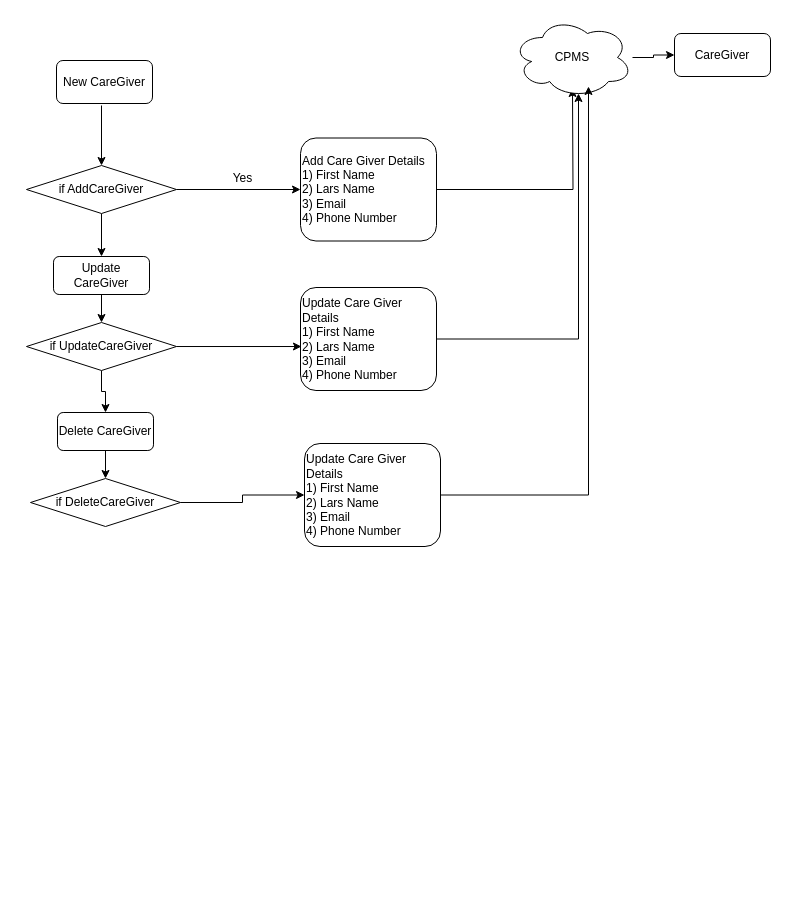
Before: page "Page-7" (7 of 7) of MyKnowledgeBoard.drawio in smkcoder/BuildingConversationalExp, a draw.io diagram. Source tidied: cells renumbered, new cells numbered last; positions are measured from the earlier drawing's top-left corner, leaving out a move shared by most shapes. Both pictures are drawn from the tidied source at 100%, with x=0, y=0 at pixel (26, 17).
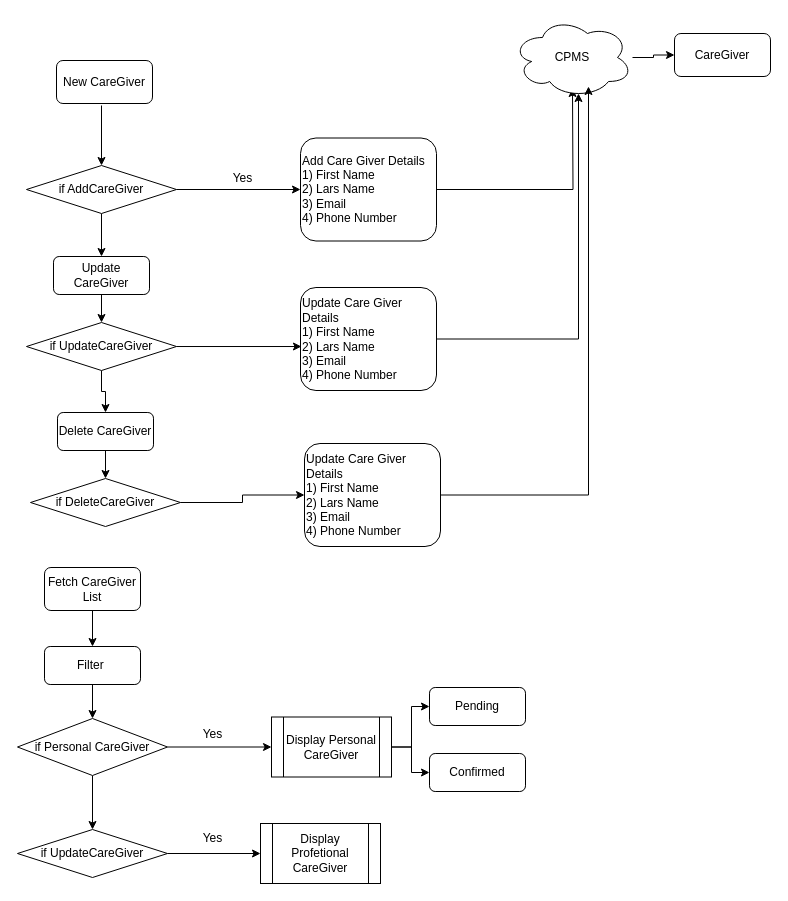
Above is the later version.

The edit, as a diff of the source:
```diff
@@
+    <mxCell id="26" style="edgeStyle=orthogonalEdgeStyle;rounded=0;jettySize=auto;html=1;entryX=0;entryY=0.5;entryDx=0;entryDy=0;" parent="1" edge="1" source="28" target="38">
+      <mxGeometry relative="1" as="geometry" />
+    </mxCell>
+    <mxCell id="27" style="edgeStyle=orthogonalEdgeStyle;rounded=0;jettySize=auto;html=1;entryX=0.5;entryY=0;entryDx=0;entryDy=0;" parent="1" edge="1" source="28" target="35">
+      <mxGeometry relative="1" as="geometry" />
+    </mxCell>
+    <mxCell id="28" value="if Personal CareGiver" style="rhombus;whiteSpace=wrap;html=1;" parent="1" vertex="1">
+      <mxGeometry x="-9" y="701" width="150" height="57" as="geometry" />
+    </mxCell>
+    <mxCell id="29" style="edgeStyle=orthogonalEdgeStyle;rounded=0;jettySize=auto;html=1;entryX=0.5;entryY=0;entryDx=0;entryDy=0;" parent="1" edge="1" source="30" target="32">
+      <mxGeometry relative="1" as="geometry" />
+    </mxCell>
+    <mxCell id="30" value="Fetch CareGiver List" style="rounded=1;whiteSpace=wrap;html=1;" parent="1" vertex="1">
+      <mxGeometry x="18" y="550" width="96" height="43" as="geometry" />
+    </mxCell>
+    <mxCell id="31" style="edgeStyle=orthogonalEdgeStyle;rounded=0;jettySize=auto;html=1;entryX=0.5;entryY=0;entryDx=0;entryDy=0;" parent="1" edge="1" source="32" target="28">
+      <mxGeometry relative="1" as="geometry" />
+    </mxCell>
+    <mxCell id="32" value="Filter&amp;nbsp;" style="rounded=1;whiteSpace=wrap;html=1;" parent="1" vertex="1">
+      <mxGeometry x="18" y="629" width="96" height="38" as="geometry" />
+    </mxCell>
+    <mxCell id="33" value="Yes" style="text;html=1;align=center;verticalAlign=middle;" parent="1" vertex="1">
+      <mxGeometry x="171" y="708" width="30" height="18" as="geometry" />
+    </mxCell>
+    <mxCell id="34" style="edgeStyle=orthogonalEdgeStyle;rounded=0;jettySize=auto;html=1;entryX=0;entryY=0.5;entryDx=0;entryDy=0;" parent="1" edge="1" source="35" target="39">
+      <mxGeometry relative="1" as="geometry" />
+    </mxCell>
+    <mxCell id="35" value="if UpdateCareGiver" style="rhombus;whiteSpace=wrap;html=1;" parent="1" vertex="1">
+      <mxGeometry x="-9" y="812" width="150" height="48" as="geometry" />
+    </mxCell>
+    <mxCell id="36" style="edgeStyle=orthogonalEdgeStyle;rounded=0;jettySize=auto;html=1;entryX=0;entryY=0.5;entryDx=0;entryDy=0;" parent="1" edge="1" source="38" target="41">
+      <mxGeometry relative="1" as="geometry" />
+    </mxCell>
+    <mxCell id="37" style="edgeStyle=orthogonalEdgeStyle;rounded=0;jettySize=auto;html=1;entryX=0;entryY=0.5;entryDx=0;entryDy=0;" parent="1" edge="1" source="38" target="42">
+      <mxGeometry relative="1" as="geometry" />
+    </mxCell>
+    <mxCell id="38" value="Display Personal CareGiver" style="shape=process;whiteSpace=wrap;html=1;backgroundOutline=1;" parent="1" vertex="1">
+      <mxGeometry x="245" y="699.5" width="120" height="60" as="geometry" />
+    </mxCell>
+    <mxCell id="39" value="Display Profetional CareGiver" style="shape=process;whiteSpace=wrap;html=1;backgroundOutline=1;" parent="1" vertex="1">
+      <mxGeometry x="234" y="806" width="120" height="60" as="geometry" />
+    </mxCell>
+    <mxCell id="40" value="Yes" style="text;html=1;align=center;verticalAlign=middle;" parent="1" vertex="1">
+      <mxGeometry x="171" y="812" width="30" height="18" as="geometry" />
+    </mxCell>
+    <mxCell id="41" value="Pending" style="rounded=1;whiteSpace=wrap;html=1;" parent="1" vertex="1">
+      <mxGeometry x="403" y="670" width="96" height="38" as="geometry" />
+    </mxCell>
+    <mxCell id="42" value="Confirmed" style="rounded=1;whiteSpace=wrap;html=1;" parent="1" vertex="1">
+      <mxGeometry x="403" y="736" width="96" height="38" as="geometry" />
+    </mxCell>
```
